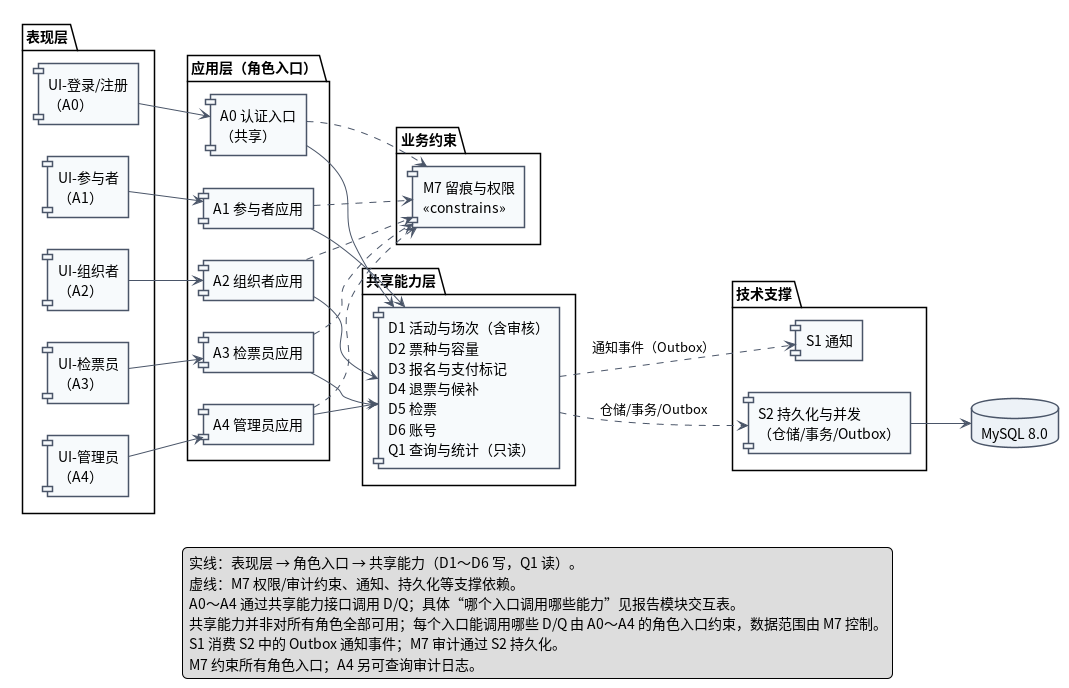
The PlantUML diagram lab2/UML/UML组件图.png in Lewis-44-China/se-lab1-requirements, before a commit.
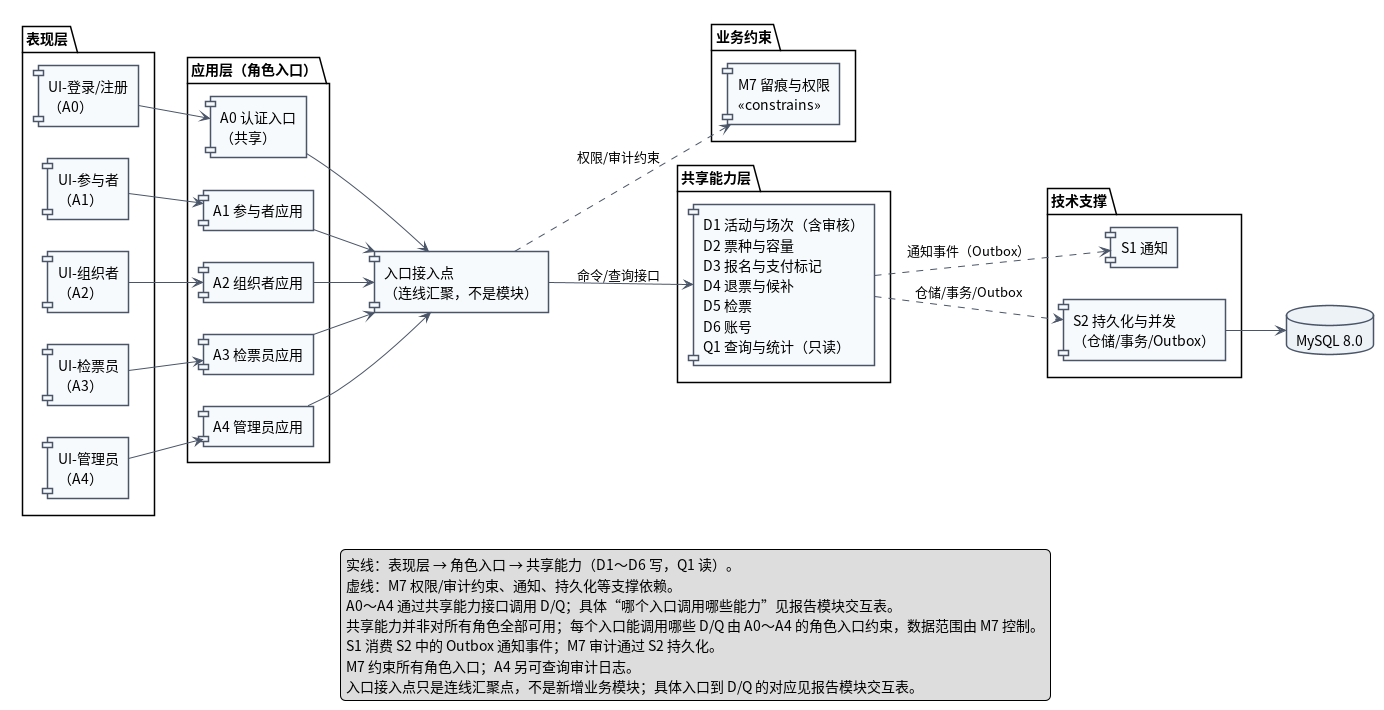
Later version of the same file.

The edit, as a diff of the source:
```diff
@@ -30,6 +30,7 @@
   [A3 检票员应用] as A3
   [A4 管理员应用] as A4
 }
+[入口接入点\n（连线汇聚，不是模块）] as ENTRY
 package "业务约束" {
   [M7 留痕与权限\n<<constrains>>] as M7
 }
@@ -48,17 +49,14 @@
 U3 --> A3
 U4 --> A4
 
-A0 --> CAP
-A1 --> CAP
-A2 --> CAP
-A3 --> CAP
-A4 --> CAP
+A0 --> ENTRY
+A1 --> ENTRY
+A2 --> ENTRY
+A3 --> ENTRY
+A4 --> ENTRY
 
-A0 ..> M7
-A1 ..> M7
-A2 ..> M7
-A3 ..> M7
-A4 ..> M7
+ENTRY --> CAP : 命令/查询接口
+ENTRY ..> M7 : 权限/审计约束
 
 CAP ..> S1 : 通知事件（Outbox）
 CAP ..> S2 : 仓储/事务/Outbox
@@ -71,6 +69,7 @@
   共享能力并非对所有角色全部可用；每个入口能调用哪些 D/Q 由 A0～A4 的角色入口约束，数据范围由 M7 控制。
   S1 消费 S2 中的 Outbox 通知事件；M7 审计通过 S2 持久化。
   M7 约束所有角色入口；A4 另可查询审计日志。
+  入口接入点只是连线汇聚点，不是新增业务模块；具体入口到 D/Q 的对应见报告模块交互表。
 endlegend
 
 @enduml
```
